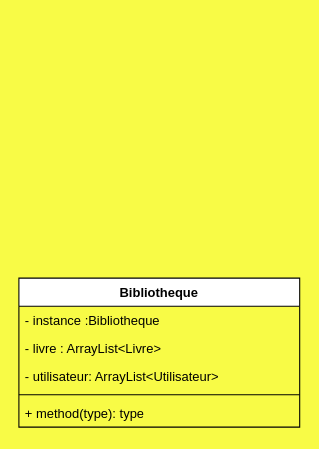
Earlier version of the draw.io diagram diagramm de class.drawio (Rahal-Lyes/mini-projet-modelisation). Source tidied: cells renumbered, new cells numbered last; positions are measured from the earlier drawing's top-left corner, leaving out a move shared by most shapes. Both pictures are drawn from the tidied source at 108%, with x=0, y=0 at pixel (18, 278).
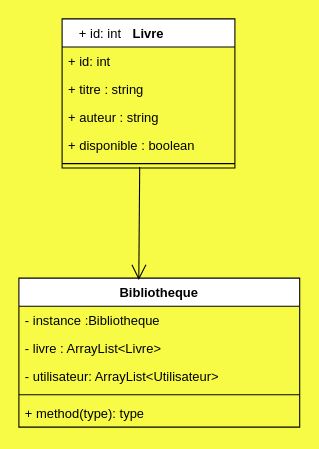
Above is the later version.

What changed in the source:
```diff
@@
 <mxGraphModel background="light-dark(#f8fb46, #121212)">
   <root>
     <mxCell id="0" />
     <mxCell id="1" parent="0" />
     <mxCell id="2" value="Bibliotheque" style="swimlane;fontStyle=1;align=center;verticalAlign=top;horizontal=1;startSize=26;whiteSpace=wrap;html=1;" parent="1" vertex="1">
       <mxGeometry width="260" height="138" as="geometry" />
     </mxCell>
     <mxCell id="3" value="- instance :Bibliotheque&lt;div&gt;&lt;br&gt;&lt;/div&gt;" style="text;strokeColor=none;fillColor=none;align=left;verticalAlign=top;spacingLeft=4;spacingRight=4;overflow=hidden;whiteSpace=wrap;html=1;" parent="2" vertex="1">
       <mxGeometry y="26" width="260" height="26" as="geometry" />
     </mxCell>
     <mxCell id="4" value="&lt;div&gt;- livre : ArrayList&amp;lt;Livre&amp;gt;&lt;/div&gt;" style="text;strokeColor=none;fillColor=none;align=left;verticalAlign=top;spacingLeft=4;spacingRight=4;overflow=hidden;whiteSpace=wrap;html=1;" parent="2" vertex="1">
       <mxGeometry y="52" width="260" height="26" as="geometry" />
     </mxCell>
     <mxCell id="5" value="&lt;div&gt;- utilisateur: ArrayList&amp;lt;Utilisateur&amp;gt;&lt;/div&gt;" style="text;strokeColor=none;fillColor=none;align=left;verticalAlign=top;spacingLeft=4;spacingRight=4;overflow=hidden;whiteSpace=wrap;html=1;" parent="2" vertex="1">
       <mxGeometry y="78" width="260" height="26" as="geometry" />
     </mxCell>
     <mxCell id="6" style="line;strokeWidth=1;fillColor=none;align=left;verticalAlign=middle;spacingTop=-1;spacingLeft=3;spacingRight=3;labelPosition=right;strokeColor=inherit;" parent="2" vertex="1">
       <mxGeometry y="104" width="260" height="8" as="geometry" />
     </mxCell>
     <mxCell id="7" value="+ method(type): type" style="text;strokeColor=none;fillColor=none;align=left;verticalAlign=top;spacingLeft=4;spacingRight=4;overflow=hidden;whiteSpace=wrap;html=1;" parent="2" vertex="1">
       <mxGeometry y="112" width="260" height="26" as="geometry" />
     </mxCell>
+    <mxCell id="8" value="Livre" style="swimlane;fontStyle=1;align=center;verticalAlign=top;horizontal=1;startSize=26;whiteSpace=wrap;html=1;" parent="1" vertex="1">
+      <mxGeometry x="40" y="-240" width="160" height="138" as="geometry" />
+    </mxCell>
+    <mxCell id="9" value="+ id: int" style="text;strokeColor=none;fillColor=none;align=left;verticalAlign=top;spacingLeft=4;spacingRight=4;overflow=hidden;whiteSpace=wrap;html=1;" parent="8" vertex="1">
+      <mxGeometry y="26" width="160" height="26" as="geometry" />
+    </mxCell>
+    <mxCell id="10" value="+ titre : string" style="text;strokeColor=none;fillColor=none;align=left;verticalAlign=top;spacingLeft=4;spacingRight=4;overflow=hidden;whiteSpace=wrap;html=1;" parent="8" vertex="1">
+      <mxGeometry y="52" width="160" height="26" as="geometry" />
+    </mxCell>
+    <mxCell id="11" value="+ auteur : string" style="text;strokeColor=none;fillColor=none;align=left;verticalAlign=top;spacingLeft=4;spacingRight=4;overflow=hidden;whiteSpace=wrap;html=1;" parent="8" vertex="1">
+      <mxGeometry y="78" width="160" height="26" as="geometry" />
+    </mxCell>
+    <mxCell id="12" value="+ disponible : boolean" style="text;strokeColor=none;fillColor=none;align=left;verticalAlign=top;spacingLeft=4;spacingRight=4;overflow=hidden;whiteSpace=wrap;html=1;" parent="8" vertex="1">
+      <mxGeometry y="104" width="160" height="26" as="geometry" />
+    </mxCell>
+    <mxCell id="13" style="line;strokeWidth=1;fillColor=none;align=left;verticalAlign=middle;spacingTop=-1;spacingLeft=3;spacingRight=3;labelPosition=right;points=[];portConstraint=eastwest;strokeColor=inherit;" parent="8" vertex="1">
+      <mxGeometry y="130" width="160" height="8" as="geometry" />
+    </mxCell>
+    <mxCell id="14" value="+ id: int" style="text;strokeColor=none;fillColor=none;align=left;verticalAlign=top;spacingLeft=4;spacingRight=4;overflow=hidden;whiteSpace=wrap;html=1;" parent="1" vertex="1">
+      <mxGeometry x="50" y="-240" width="160" height="26" as="geometry" />
+    </mxCell>
+    <mxCell id="15" style="endArrow=open;endFill=1;endSize=12;html=1;rounded=0;exitX=0.449;exitY=0.901;exitDx=0;exitDy=0;exitPerimeter=0;entryX=0.427;entryY=0.013;entryDx=0;entryDy=0;entryPerimeter=0;" parent="1" edge="1" source="13" target="2">
+      <mxGeometry relative="1" as="geometry" />
+    </mxCell>
   </root>
 </mxGraphModel>
```
